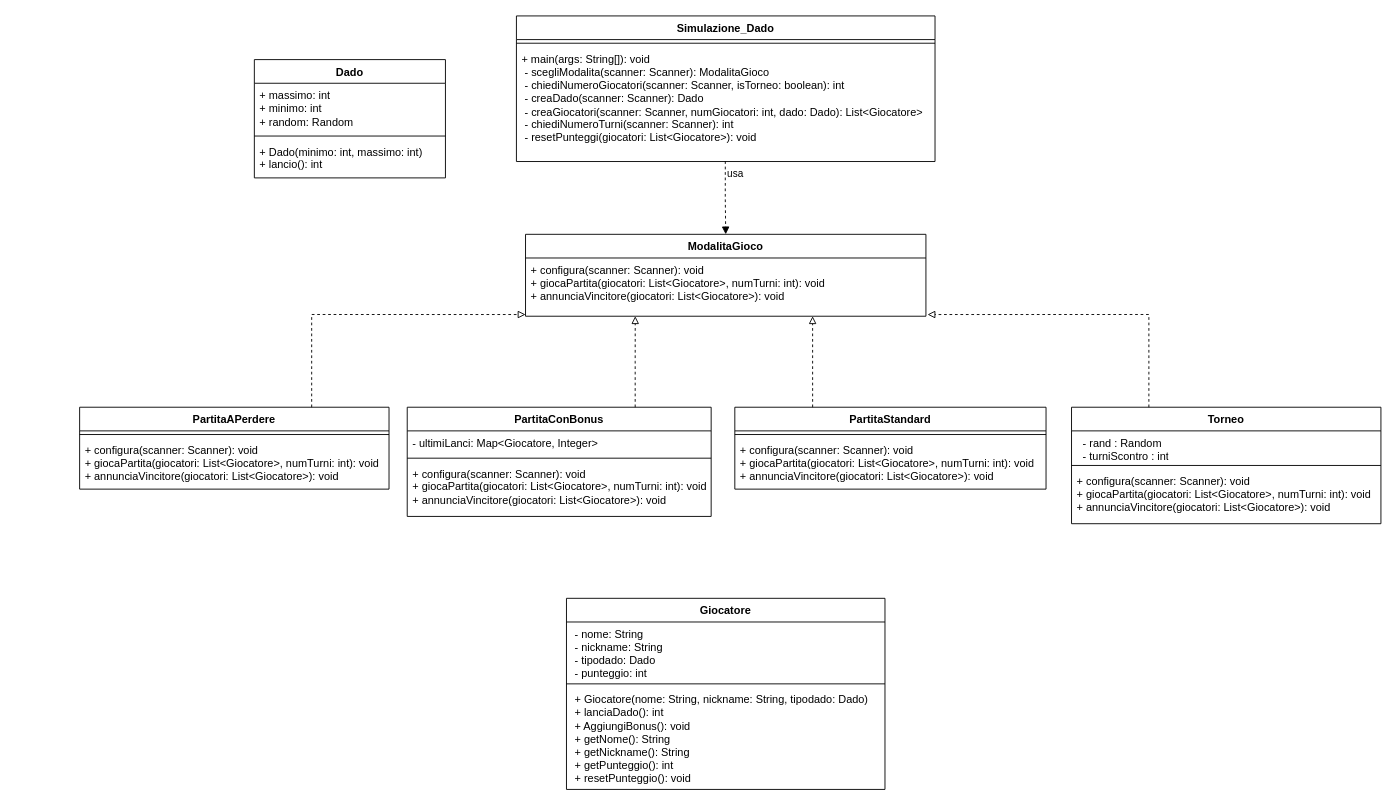
Before: Diagramma senza titolo.drawio in FiorentinoLuca/diagrams, a draw.io diagram. Source tidied: cells renumbered, new cells numbered last; positions are measured from the earlier drawing's top-left corner, leaving out a move shared by most shapes. Both pictures are drawn from the tidied source at 91%, with x=0, y=0 at pixel (79, 15).
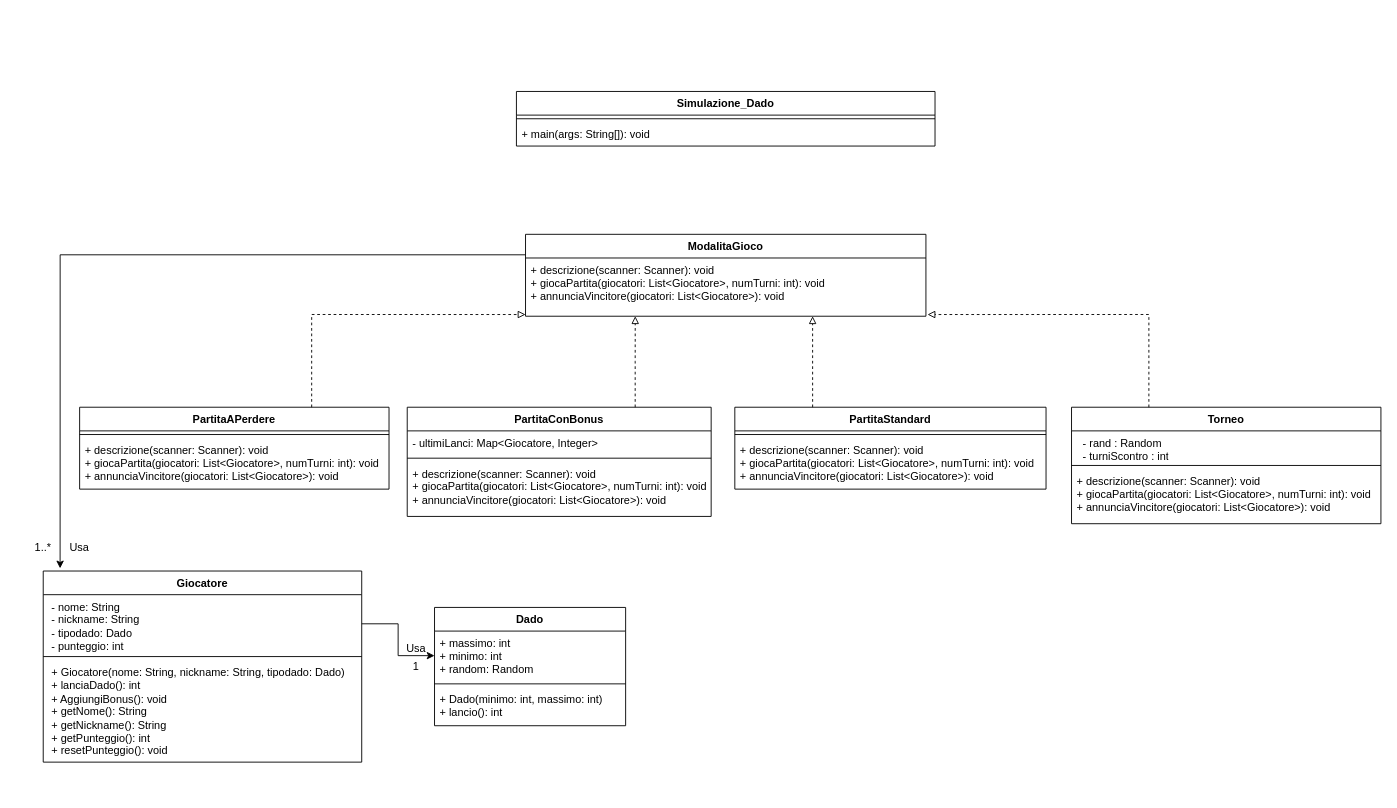
The same diagram, later.

Commit message:
tutti sanno che mangio Marra con tonno

Unchanged cells that the change refers to:
```xml
<mxCell id="2" value="PartitaConBonus" style="swimlane;fontStyle=1;align=center;verticalAlign=top;horizontal=1;startSize=26;whiteSpace=wrap;html=1;" parent="1" vertex="1">
  <mxGeometry x="360" y="430" width="334" height="120" as="geometry" />
</mxCell>
<mxCell id="6" value="PartitaStandard" style="swimlane;fontStyle=1;align=center;verticalAlign=top;horizontal=1;startSize=26;whiteSpace=wrap;html=1;" parent="1" vertex="1">
  <mxGeometry x="720" y="430" width="342" height="90" as="geometry" />
</mxCell>
<mxCell id="9" value="ModalitaGioco" style="swimlane;fontStyle=1;align=center;verticalAlign=top;horizontal=1;startSize=26;whiteSpace=wrap;html=1;" parent="1" vertex="1">
  <mxGeometry x="490" y="240" width="440" height="90" as="geometry" />
</mxCell>
<mxCell id="11" value="PartitaAPerdere" style="swimlane;fontStyle=1;align=center;verticalAlign=top;horizontal=1;startSize=26;whiteSpace=wrap;html=1;" parent="1" vertex="1">
  <mxGeometry y="430" width="340" height="90" as="geometry" />
</mxCell>
<mxCell id="14" value="Torneo" style="swimlane;fontStyle=1;align=center;verticalAlign=top;horizontal=1;startSize=26;whiteSpace=wrap;html=1;" parent="1" vertex="1">
  <mxGeometry x="1090" y="430" width="340" height="128" as="geometry" />
</mxCell>
<mxCell id="22" value="&lt;div&gt;&amp;nbsp;- nome: String&lt;/div&gt;&lt;div&gt;&amp;nbsp;- nickname: String&lt;/div&gt;&lt;div&gt;&amp;nbsp;- tipodado: Dado&lt;/div&gt;&lt;div&gt;&amp;nbsp;- punteggio: int&lt;/div&gt;" style="text;strokeColor=none;fillColor=none;align=left;verticalAlign=top;spacingLeft=4;spacingRight=4;overflow=hidden;points=[[0,0.5],[1,0.5]];portConstraint=eastwest;whiteSpace=wrap;html=1;" parent="21" vertex="1">
  <mxGeometry y="26" width="350" height="64" as="geometry" />
</mxCell>
<mxCell id="26" value="+ massimo: int&lt;div&gt;+ minimo: int&lt;/div&gt;&lt;div&gt;+ random: Random&lt;/div&gt;" style="text;strokeColor=none;fillColor=none;align=left;verticalAlign=top;spacingLeft=4;spacingRight=4;overflow=hidden;points=[[0,0.5],[1,0.5]];portConstraint=eastwest;whiteSpace=wrap;html=1;" parent="25" vertex="1">
  <mxGeometry y="26" width="210" height="54" as="geometry" />
</mxCell>
```

The edit, as a diff of the source:
```diff
@@
-    <mxCell id="5" value="+ configura(scanner: Scanner): void&lt;div&gt;+ giocaPartita(giocatori: List&amp;lt;Giocatore&amp;gt;, numTurni: int): void&lt;/div&gt;&lt;div&gt;+ annunciaVincitore(giocatori: List&amp;lt;Giocatore&amp;gt;): void&lt;/div&gt;" style="text;strokeColor=none;fillColor=none;align=left;verticalAlign=top;spacingLeft=4;spacingRight=4;overflow=hidden;whiteSpace=wrap;html=1;" parent="2" vertex="1">
+    <mxCell id="5" value="+ descrizione(scanner: Scanner): void&lt;div&gt;+ giocaPartita(giocatori: List&amp;lt;Giocatore&amp;gt;, numTurni: int): void&lt;/div&gt;&lt;div&gt;+ annunciaVincitore(giocatori: List&amp;lt;Giocatore&amp;gt;): void&lt;/div&gt;" style="text;strokeColor=none;fillColor=none;align=left;verticalAlign=top;spacingLeft=4;spacingRight=4;overflow=hidden;whiteSpace=wrap;html=1;" parent="2" vertex="1">
       <mxGeometry y="60" width="334" height="60" as="geometry" />
     </mxCell>
@@
-    <mxCell id="8" value="+ configura(scanner: Scanner): void&lt;div&gt;+ giocaPartita(giocatori: List&amp;lt;Giocatore&amp;gt;, numTurni: int): void&lt;/div&gt;&lt;div&gt;+ annunciaVincitore(giocatori: List&amp;lt;Giocatore&amp;gt;): void&lt;/div&gt;" style="text;strokeColor=none;fillColor=none;align=left;verticalAlign=top;spacingLeft=4;spacingRight=4;overflow=hidden;whiteSpace=wrap;html=1;" parent="6" vertex="1">
+    <mxCell id="8" value="+ descrizione(scanner: Scanner): void&lt;div&gt;+ giocaPartita(giocatori: List&amp;lt;Giocatore&amp;gt;, numTurni: int): void&lt;/div&gt;&lt;div&gt;+ annunciaVincitore(giocatori: List&amp;lt;Giocatore&amp;gt;): void&lt;/div&gt;" style="text;strokeColor=none;fillColor=none;align=left;verticalAlign=top;spacingLeft=4;spacingRight=4;overflow=hidden;whiteSpace=wrap;html=1;" parent="6" vertex="1">
       <mxGeometry y="34" width="342" height="56" as="geometry" />
     </mxCell>
@@
-    <mxCell id="10" value="+ configura(scanner: Scanner): void&lt;div&gt;+ giocaPartita(giocatori: List&amp;lt;Giocatore&amp;gt;, numTurni: int): void&lt;/div&gt;&lt;div&gt;&lt;div&gt;+ annunciaVincitore(giocatori: List&amp;lt;Giocatore&amp;gt;): void&lt;/div&gt;&lt;/div&gt;" style="text;strokeColor=none;fillColor=none;align=left;verticalAlign=top;spacingLeft=4;spacingRight=4;overflow=hidden;points=[[0,0.5],[1,0.5]];portConstraint=eastwest;whiteSpace=wrap;html=1;" parent="9" vertex="1">
+    <mxCell id="10" value="+ descrizione(scanner: Scanner): void&lt;div&gt;+ giocaPartita(giocatori: List&amp;lt;Giocatore&amp;gt;, numTurni: int): void&lt;/div&gt;&lt;div&gt;&lt;div&gt;+ annunciaVincitore(giocatori: List&amp;lt;Giocatore&amp;gt;): void&lt;/div&gt;&lt;/div&gt;" style="text;strokeColor=none;fillColor=none;align=left;verticalAlign=top;spacingLeft=4;spacingRight=4;overflow=hidden;points=[[0,0.5],[1,0.5]];portConstraint=eastwest;whiteSpace=wrap;html=1;" parent="9" vertex="1">
       <mxGeometry y="26" width="440" height="64" as="geometry" />
     </mxCell>
@@
-    <mxCell id="13" value="+ configura(scanner: Scanner): void&lt;div&gt;+ giocaPartita(giocatori: List&amp;lt;Giocatore&amp;gt;, numTurni: int): void&lt;/div&gt;&lt;div&gt;+ annunciaVincitore(giocatori: List&amp;lt;Giocatore&amp;gt;): void&lt;/div&gt;" style="text;strokeColor=none;fillColor=none;align=left;verticalAlign=top;spacingLeft=4;spacingRight=4;overflow=hidden;whiteSpace=wrap;html=1;" parent="11" vertex="1">
+    <mxCell id="13" value="+ descrizione(scanner: Scanner): void&lt;div&gt;+ giocaPartita(giocatori: List&amp;lt;Giocatore&amp;gt;, numTurni: int): void&lt;/div&gt;&lt;div&gt;+ annunciaVincitore(giocatori: List&amp;lt;Giocatore&amp;gt;): void&lt;/div&gt;" style="text;strokeColor=none;fillColor=none;align=left;verticalAlign=top;spacingLeft=4;spacingRight=4;overflow=hidden;whiteSpace=wrap;html=1;" parent="11" vertex="1">
       <mxGeometry y="34" width="340" height="56" as="geometry" />
     </mxCell>
@@
-    <mxCell id="17" value="+ configura(scanner: Scanner): void&lt;div&gt;+ giocaPartita(giocatori: List&amp;lt;Giocatore&amp;gt;, numTurni: int): void&lt;/div&gt;&lt;div&gt;+ annunciaVincitore(giocatori: List&amp;lt;Giocatore&amp;gt;): void&lt;/div&gt;" style="text;strokeColor=none;fillColor=none;align=left;verticalAlign=top;spacingLeft=4;spacingRight=4;overflow=hidden;whiteSpace=wrap;html=1;" parent="14" vertex="1">
+    <mxCell id="17" value="+ descrizione(scanner: Scanner): void&lt;div&gt;+ giocaPartita(giocatori: List&amp;lt;Giocatore&amp;gt;, numTurni: int): void&lt;/div&gt;&lt;div&gt;+ annunciaVincitore(giocatori: List&amp;lt;Giocatore&amp;gt;): void&lt;/div&gt;" style="text;strokeColor=none;fillColor=none;align=left;verticalAlign=top;spacingLeft=4;spacingRight=4;overflow=hidden;whiteSpace=wrap;html=1;" parent="14" vertex="1">
       <mxGeometry y="68" width="340" height="60" as="geometry" />
     </mxCell>
     <mxCell id="18" value="Simulazione_Dado" style="swimlane;fontStyle=1;align=center;verticalAlign=top;horizontal=1;startSize=26;whiteSpace=wrap;html=1;" parent="1" vertex="1">
-      <mxGeometry x="480" width="460" height="160" as="geometry" />
+      <mxGeometry x="480" y="83" width="460" height="60" as="geometry" />
     </mxCell>
@@
-    <mxCell id="20" value="&lt;div&gt;+ main(args: String[]): void&lt;/div&gt;&lt;div&gt;&amp;nbsp;- scegliModalita(scanner: Scanner): ModalitaGioco&lt;/div&gt;&lt;div&gt;&amp;nbsp;- chiediNumeroGiocatori(scanner: Scanner, isTorneo: boolean): int&lt;/div&gt;&lt;div&gt;&amp;nbsp;- creaDado(scanner: Scanner): Dado&lt;/div&gt;&lt;div&gt;&amp;nbsp;- creaGiocatori(scanner: Scanner, numGiocatori: int, dado: Dado): List&amp;lt;Giocatore&amp;gt;&lt;/div&gt;&lt;div&gt;&amp;nbsp;- chiediNumeroTurni(scanner: Scanner): int&lt;/div&gt;&lt;div&gt;&amp;nbsp;- resetPunteggi(giocatori: List&amp;lt;Giocatore&amp;gt;): void&lt;/div&gt;" style="text;strokeColor=none;fillColor=none;align=left;verticalAlign=top;spacingLeft=4;spacingRight=4;overflow=hidden;points=[[0,0.5],[1,0.5]];portConstraint=eastwest;whiteSpace=wrap;html=1;" parent="18" vertex="1">
-      <mxGeometry y="34" width="460" height="126" as="geometry" />
+    <mxCell id="20" value="&lt;div&gt;+ main(args: String[]): void&lt;/div&gt;&lt;div&gt;&lt;br&gt;&lt;/div&gt;" style="text;strokeColor=none;fillColor=none;align=left;verticalAlign=top;spacingLeft=4;spacingRight=4;overflow=hidden;points=[[0,0.5],[1,0.5]];portConstraint=eastwest;whiteSpace=wrap;html=1;" parent="18" vertex="1">
+      <mxGeometry y="34" width="460" height="26" as="geometry" />
     </mxCell>
     <mxCell id="21" value="Giocatore" style="swimlane;fontStyle=1;align=center;verticalAlign=top;horizontal=1;startSize=26;whiteSpace=wrap;html=1;" parent="1" vertex="1">
-      <mxGeometry x="535" y="640" width="350" height="210" as="geometry" />
+      <mxGeometry x="-40" y="610" width="350" height="210" as="geometry" />
     </mxCell>
@@
     <mxCell id="25" value="Dado" style="swimlane;fontStyle=1;align=center;verticalAlign=top;horizontal=1;startSize=26;whiteSpace=wrap;html=1;" parent="1" vertex="1">
-      <mxGeometry x="192" y="48" width="210" height="130" as="geometry" />
+      <mxGeometry x="390" y="650" width="210" height="130" as="geometry" />
     </mxCell>
@@
-    <mxCell id="33" value="usa" style="endArrow=block;endFill=1;html=1;edgeStyle=orthogonalEdgeStyle;align=left;verticalAlign=top;rounded=0;dashed=1;strokeColor=default;fontFamily=Helvetica;fontSize=11;fontColor=default;labelBackgroundColor=default;exitX=0.499;exitY=0.997;exitDx=0;exitDy=0;exitPerimeter=0;entryX=0.5;entryY=0;entryDx=0;entryDy=0;" parent="1" edge="1" source="20" target="9">
-      <mxGeometry x="-1" relative="1" as="geometry" />
-    </mxCell>
+    <mxCell id="34" style="edgeStyle=orthogonalEdgeStyle;rounded=0;jettySize=auto;html=1;exitX=1;exitY=0.5;exitDx=0;exitDy=0;entryX=0;entryY=0.5;entryDx=0;entryDy=0;" parent="1" edge="1" source="22" target="26">
+      <mxGeometry relative="1" as="geometry" />
+    </mxCell>
+    <mxCell id="35" style="edgeStyle=orthogonalEdgeStyle;rounded=0;jettySize=auto;html=1;exitX=0;exitY=0.25;exitDx=0;exitDy=0;entryX=0.053;entryY=-0.014;entryDx=0;entryDy=0;entryPerimeter=0;" parent="1" edge="1" source="9" target="21">
+      <mxGeometry relative="1" as="geometry" />
+    </mxCell>
+    <mxCell id="36" value="Usa" style="text;html=1;align=center;verticalAlign=middle;whiteSpace=wrap;rounded=0;" parent="1" vertex="1">
+      <mxGeometry x="-30" y="570" width="60" height="30" as="geometry" />
+    </mxCell>
+    <mxCell id="37" value="Usa" style="text;html=1;align=center;verticalAlign=middle;whiteSpace=wrap;rounded=0;" parent="1" vertex="1">
+      <mxGeometry x="340" y="680" width="60" height="30" as="geometry" />
+    </mxCell>
+    <mxCell id="38" value="1..*" style="text;html=1;align=center;verticalAlign=middle;whiteSpace=wrap;rounded=0;" parent="1" vertex="1">
+      <mxGeometry x="-70" y="570" width="60" height="30" as="geometry" />
+    </mxCell>
+    <mxCell id="39" value="1" style="text;html=1;align=center;verticalAlign=middle;whiteSpace=wrap;rounded=0;" parent="1" vertex="1">
+      <mxGeometry x="340" y="700" width="60" height="30" as="geometry" />
+    </mxCell>
```
